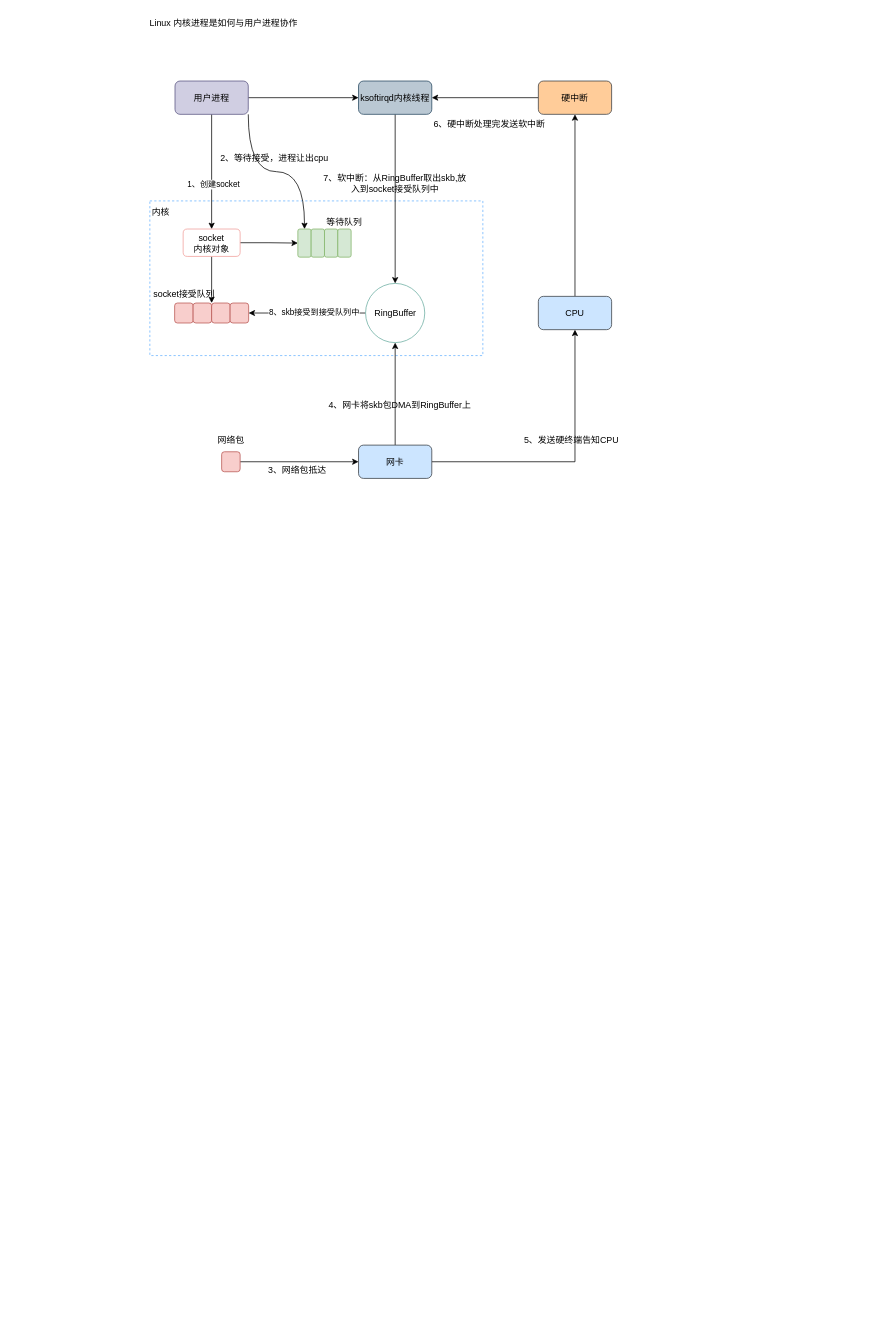
This is linux/Linux内核是如何与用户进程协作.drawio from xmopen/drawio, a draw.io file, before an edit. Source tidied: cells renumbered, new cells numbered last; positions are measured from the earlier drawing's top-left corner, leaving out a move shared by most shapes. Both pictures are drawn from the tidied source at 74%, with x=0, y=0 at pixel (129, 13).
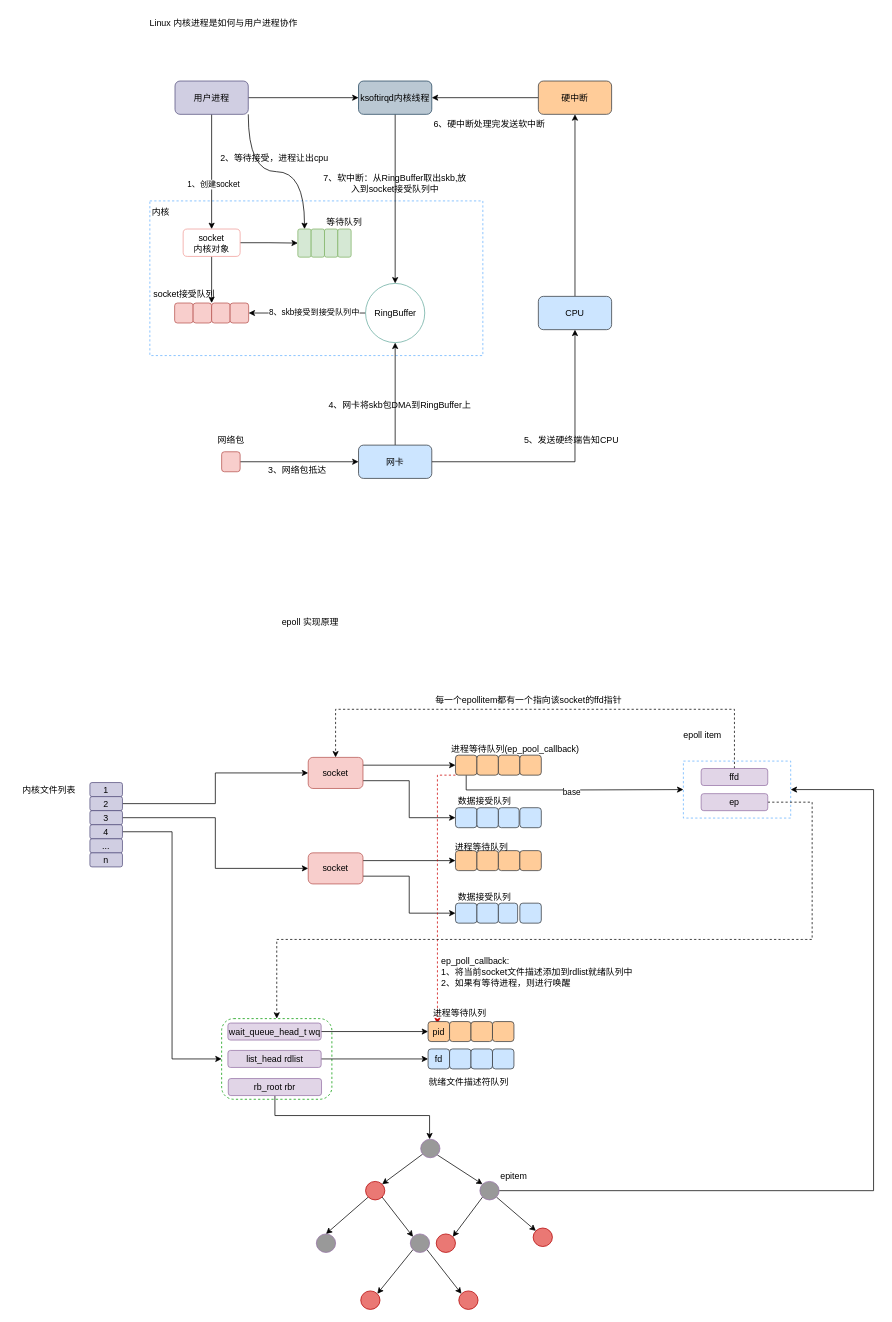
After the change.

Commit message:
feat：增加epoll实现原理图

The edit, as a diff of the source:
```diff
@@
+    <mxCell id="44" style="rounded=0;whiteSpace=wrap;html=1;dashed=1;strokeColor=#66B2FF;" parent="1" vertex="1">
+      <mxGeometry x="749" y="1011" width="145" height="77" as="geometry" />
+    </mxCell>
@@
+    <mxCell id="45" value="epoll 实现原理" style="text;html=1;strokeColor=none;fillColor=none;align=center;verticalAlign=middle;whiteSpace=wrap;rounded=0;" parent="1" vertex="1">
+      <mxGeometry x="186" y="813" width="118" height="21" as="geometry" />
+    </mxCell>
+    <mxCell id="46" value="1" style="rounded=1;whiteSpace=wrap;html=1;fillColor=#d0cee2;strokeColor=#56517e;" parent="1" vertex="1">
+      <mxGeometry x="-53" y="1040" width="44" height="19" as="geometry" />
+    </mxCell>
+    <mxCell id="47" style="edgeStyle=orthogonalEdgeStyle;rounded=0;jettySize=auto;html=1;entryX=0;entryY=0.5;entryDx=0;entryDy=0;" parent="1" edge="1" source="48" target="58">
+      <mxGeometry relative="1" as="geometry" />
+    </mxCell>
+    <mxCell id="48" value="2" style="rounded=1;whiteSpace=wrap;html=1;fillColor=#d0cee2;strokeColor=#56517e;" parent="1" vertex="1">
+      <mxGeometry x="-53" y="1059" width="44" height="19" as="geometry" />
+    </mxCell>
+    <mxCell id="49" style="edgeStyle=orthogonalEdgeStyle;rounded=0;jettySize=auto;html=1;entryX=0;entryY=0.5;entryDx=0;entryDy=0;" parent="1" edge="1" source="50" target="61">
+      <mxGeometry relative="1" as="geometry" />
+    </mxCell>
+    <mxCell id="50" value="3" style="rounded=1;whiteSpace=wrap;html=1;fillColor=#d0cee2;strokeColor=#56517e;" parent="1" vertex="1">
+      <mxGeometry x="-53" y="1078" width="44" height="19" as="geometry" />
+    </mxCell>
+    <mxCell id="51" style="edgeStyle=orthogonalEdgeStyle;rounded=0;jettySize=auto;html=1;entryX=0;entryY=0.5;entryDx=0;entryDy=0;" parent="1" edge="1" source="52" target="62">
+      <mxGeometry relative="1" as="geometry" />
+    </mxCell>
+    <mxCell id="52" value="4" style="rounded=1;whiteSpace=wrap;html=1;fillColor=#d0cee2;strokeColor=#56517e;" parent="1" vertex="1">
+      <mxGeometry x="-53" y="1097" width="44" height="19" as="geometry" />
+    </mxCell>
+    <mxCell id="53" value="..." style="rounded=1;whiteSpace=wrap;html=1;fillColor=#d0cee2;strokeColor=#56517e;" parent="1" vertex="1">
+      <mxGeometry x="-53" y="1116" width="44" height="19" as="geometry" />
+    </mxCell>
+    <mxCell id="54" value="n" style="rounded=1;whiteSpace=wrap;html=1;fillColor=#d0cee2;strokeColor=#56517e;" parent="1" vertex="1">
+      <mxGeometry x="-53" y="1135" width="44" height="19" as="geometry" />
+    </mxCell>
+    <mxCell id="55" value="内核文件列表" style="text;html=1;strokeColor=none;fillColor=none;align=center;verticalAlign=middle;whiteSpace=wrap;rounded=0;" parent="1" vertex="1">
+      <mxGeometry x="-157" y="1038" width="98" height="23" as="geometry" />
+    </mxCell>
+    <mxCell id="56" style="edgeStyle=orthogonalEdgeStyle;rounded=0;jettySize=auto;html=1;exitX=1;exitY=0.25;exitDx=0;exitDy=0;" parent="1" edge="1" source="58" target="66">
+      <mxGeometry relative="1" as="geometry" />
+    </mxCell>
+    <mxCell id="57" style="edgeStyle=orthogonalEdgeStyle;rounded=0;jettySize=auto;html=1;exitX=1;exitY=0.75;exitDx=0;exitDy=0;entryX=0;entryY=0.5;entryDx=0;entryDy=0;" parent="1" edge="1" source="58" target="71">
+      <mxGeometry relative="1" as="geometry" />
+    </mxCell>
+    <mxCell id="58" value="socket" style="rounded=1;whiteSpace=wrap;html=1;fillColor=#f8cecc;strokeColor=#b85450;" parent="1" vertex="1">
+      <mxGeometry x="242" y="1006" width="74" height="42" as="geometry" />
+    </mxCell>
+    <mxCell id="59" style="edgeStyle=orthogonalEdgeStyle;rounded=0;jettySize=auto;html=1;exitX=1;exitY=0.25;exitDx=0;exitDy=0;entryX=0;entryY=0.5;entryDx=0;entryDy=0;" parent="1" edge="1" source="61" target="82">
+      <mxGeometry relative="1" as="geometry" />
+    </mxCell>
+    <mxCell id="60" style="edgeStyle=orthogonalEdgeStyle;rounded=0;jettySize=auto;html=1;exitX=1;exitY=0.75;exitDx=0;exitDy=0;entryX=0;entryY=0.5;entryDx=0;entryDy=0;" parent="1" edge="1" source="61" target="87">
+      <mxGeometry relative="1" as="geometry" />
+    </mxCell>
+    <mxCell id="61" value="socket" style="rounded=1;whiteSpace=wrap;html=1;fillColor=#f8cecc;strokeColor=#b85450;" parent="1" vertex="1">
+      <mxGeometry x="242" y="1135" width="74" height="42" as="geometry" />
+    </mxCell>
+    <mxCell id="62" style="rounded=1;whiteSpace=wrap;html=1;dashed=1;strokeColor=#009900;" parent="1" vertex="1">
+      <mxGeometry x="125" y="1359" width="149" height="109" as="geometry" />
+    </mxCell>
+    <mxCell id="63" style="edgeStyle=orthogonalEdgeStyle;rounded=0;jettySize=auto;html=1;entryX=0;entryY=0.5;entryDx=0;entryDy=0;exitX=0.5;exitY=1;exitDx=0;exitDy=0;" parent="1" edge="1" source="66" target="44">
+      <mxGeometry relative="1" as="geometry" />
+    </mxCell>
+    <mxCell id="64" value="base" style="edgeLabel;html=1;align=center;verticalAlign=middle;" parent="63" vertex="1">
+      <mxGeometry x="0.03" y="-2" relative="1" as="geometry" />
+    </mxCell>
+    <mxCell id="65" style="edgeStyle=orthogonalEdgeStyle;rounded=0;jettySize=auto;html=1;exitX=0;exitY=1;exitDx=0;exitDy=0;entryX=0.147;entryY=1.145;entryDx=0;entryDy=0;entryPerimeter=0;dashed=1;strokeColor=#CC0000;" parent="1" edge="1" source="66" target="102">
+      <mxGeometry relative="1" as="geometry">
+        <Array as="points">
+          <mxPoint x="417" y="1030" />
+        </Array>
+      </mxGeometry>
+    </mxCell>
+    <mxCell id="66" style="rounded=1;whiteSpace=wrap;html=1;fillColor=#ffcc99;strokeColor=#36393d;" parent="1" vertex="1">
+      <mxGeometry x="441" y="1003" width="29" height="27" as="geometry" />
+    </mxCell>
+    <mxCell id="67" style="rounded=1;whiteSpace=wrap;html=1;fillColor=#ffcc99;strokeColor=#36393d;" parent="1" vertex="1">
+      <mxGeometry x="470" y="1003" width="29" height="27" as="geometry" />
+    </mxCell>
+    <mxCell id="68" style="rounded=1;whiteSpace=wrap;html=1;fillColor=#ffcc99;strokeColor=#36393d;" parent="1" vertex="1">
+      <mxGeometry x="499" y="1003" width="29" height="27" as="geometry" />
+    </mxCell>
+    <mxCell id="69" style="rounded=1;whiteSpace=wrap;html=1;fillColor=#ffcc99;strokeColor=#36393d;" parent="1" vertex="1">
+      <mxGeometry x="528" y="1003" width="29" height="27" as="geometry" />
+    </mxCell>
+    <mxCell id="70" value="进程等待队列(ep_pool_callback)" style="text;html=1;strokeColor=none;fillColor=none;align=center;verticalAlign=middle;whiteSpace=wrap;rounded=0;" parent="1" vertex="1">
+      <mxGeometry x="430" y="982" width="184" height="25" as="geometry" />
+    </mxCell>
+    <mxCell id="71" style="rounded=1;whiteSpace=wrap;html=1;fillColor=#cce5ff;strokeColor=#36393d;" parent="1" vertex="1">
+      <mxGeometry x="441" y="1074" width="29" height="27" as="geometry" />
+    </mxCell>
+    <mxCell id="72" style="rounded=1;whiteSpace=wrap;html=1;fillColor=#cce5ff;strokeColor=#36393d;" parent="1" vertex="1">
+      <mxGeometry x="470" y="1074" width="29" height="27" as="geometry" />
+    </mxCell>
+    <mxCell id="73" style="rounded=1;whiteSpace=wrap;html=1;fillColor=#cce5ff;strokeColor=#36393d;" parent="1" vertex="1">
+      <mxGeometry x="499" y="1074" width="28" height="27" as="geometry" />
+    </mxCell>
+    <mxCell id="74" style="rounded=1;whiteSpace=wrap;html=1;fillColor=#cce5ff;strokeColor=#36393d;" parent="1" vertex="1">
+      <mxGeometry x="528" y="1074" width="29" height="27" as="geometry" />
+    </mxCell>
+    <mxCell id="75" value="数据接受队列" style="text;html=1;strokeColor=none;fillColor=none;align=center;verticalAlign=middle;whiteSpace=wrap;rounded=0;" parent="1" vertex="1">
+      <mxGeometry x="438" y="1053" width="85" height="25" as="geometry" />
+    </mxCell>
+    <mxCell id="76" value="epoll item" style="text;html=1;strokeColor=none;fillColor=none;align=center;verticalAlign=middle;whiteSpace=wrap;rounded=0;" parent="1" vertex="1">
+      <mxGeometry x="745" y="961" width="60" height="30" as="geometry" />
+    </mxCell>
+    <mxCell id="77" style="edgeStyle=orthogonalEdgeStyle;rounded=0;jettySize=auto;html=1;entryX=0.5;entryY=0;entryDx=0;entryDy=0;exitX=0.5;exitY=0;exitDx=0;exitDy=0;dashed=1;" parent="1" edge="1" source="78" target="58">
+      <mxGeometry relative="1" as="geometry">
+        <Array as="points">
+          <mxPoint x="818" y="941" />
+          <mxPoint x="279" y="941" />
+        </Array>
+      </mxGeometry>
+    </mxCell>
+    <mxCell id="78" value="ffd" style="rounded=1;whiteSpace=wrap;html=1;fillColor=#e1d5e7;strokeColor=#9673a6;" parent="1" vertex="1">
+      <mxGeometry x="773" y="1021" width="90" height="23" as="geometry" />
+    </mxCell>
+    <mxCell id="79" style="edgeStyle=orthogonalEdgeStyle;rounded=0;jettySize=auto;html=1;entryX=0.5;entryY=0;entryDx=0;entryDy=0;exitX=1;exitY=0.5;exitDx=0;exitDy=0;dashed=1;" parent="1" edge="1" source="80" target="62">
+      <mxGeometry relative="1" as="geometry">
+        <Array as="points">
+          <mxPoint x="923" y="1067" />
+          <mxPoint x="923" y="1252" />
+          <mxPoint x="200" y="1252" />
+        </Array>
+      </mxGeometry>
+    </mxCell>
+    <mxCell id="80" value="ep" style="rounded=1;whiteSpace=wrap;html=1;fillColor=#e1d5e7;strokeColor=#9673a6;" parent="1" vertex="1">
+      <mxGeometry x="773" y="1055" width="90" height="23" as="geometry" />
+    </mxCell>
+    <mxCell id="81" value="每一个epollitem都有一个指向该socket的ffd指针" style="text;html=1;strokeColor=none;fillColor=none;align=center;verticalAlign=middle;whiteSpace=wrap;rounded=0;" parent="1" vertex="1">
+      <mxGeometry x="406" y="918" width="268" height="22" as="geometry" />
+    </mxCell>
+    <mxCell id="82" style="rounded=1;whiteSpace=wrap;html=1;fillColor=#ffcc99;strokeColor=#36393d;" parent="1" vertex="1">
+      <mxGeometry x="441" y="1132" width="29" height="27" as="geometry" />
+    </mxCell>
+    <mxCell id="83" style="rounded=1;whiteSpace=wrap;html=1;fillColor=#ffcc99;strokeColor=#36393d;" parent="1" vertex="1">
+      <mxGeometry x="470" y="1132" width="29" height="27" as="geometry" />
+    </mxCell>
+    <mxCell id="84" style="rounded=1;whiteSpace=wrap;html=1;fillColor=#ffcc99;strokeColor=#36393d;" parent="1" vertex="1">
+      <mxGeometry x="499" y="1132" width="29" height="27" as="geometry" />
+    </mxCell>
+    <mxCell id="85" style="rounded=1;whiteSpace=wrap;html=1;fillColor=#ffcc99;strokeColor=#36393d;" parent="1" vertex="1">
+      <mxGeometry x="528" y="1132" width="29" height="27" as="geometry" />
+    </mxCell>
+    <mxCell id="86" value="进程等待队列" style="text;html=1;strokeColor=none;fillColor=none;align=center;verticalAlign=middle;whiteSpace=wrap;rounded=0;" parent="1" vertex="1">
+      <mxGeometry x="430" y="1116" width="93" height="21" as="geometry" />
+    </mxCell>
+    <mxCell id="87" style="rounded=1;whiteSpace=wrap;html=1;fillColor=#cce5ff;strokeColor=#36393d;" parent="1" vertex="1">
+      <mxGeometry x="441" y="1203" width="29" height="27" as="geometry" />
+    </mxCell>
+    <mxCell id="88" style="rounded=1;whiteSpace=wrap;html=1;fillColor=#cce5ff;strokeColor=#36393d;" parent="1" vertex="1">
+      <mxGeometry x="470" y="1203" width="29" height="27" as="geometry" />
+    </mxCell>
+    <mxCell id="89" style="rounded=1;whiteSpace=wrap;html=1;fillColor=#cce5ff;strokeColor=#36393d;" parent="1" vertex="1">
+      <mxGeometry x="499" y="1203" width="26" height="27" as="geometry" />
+    </mxCell>
+    <mxCell id="90" style="rounded=1;whiteSpace=wrap;html=1;fillColor=#cce5ff;strokeColor=#36393d;" parent="1" vertex="1">
+      <mxGeometry x="528" y="1203" width="29" height="27" as="geometry" />
+    </mxCell>
+    <mxCell id="91" value="数据接受队列" style="text;html=1;strokeColor=none;fillColor=none;align=center;verticalAlign=middle;whiteSpace=wrap;rounded=0;" parent="1" vertex="1">
+      <mxGeometry x="438" y="1182" width="85" height="25" as="geometry" />
+    </mxCell>
+    <mxCell id="92" style="edgeStyle=orthogonalEdgeStyle;rounded=0;jettySize=auto;html=1;entryX=0;entryY=0.5;entryDx=0;entryDy=0;" parent="1" edge="1" source="93" target="98">
+      <mxGeometry relative="1" as="geometry" />
+    </mxCell>
+    <mxCell id="93" value="wait_queue_head_t wq" style="rounded=1;whiteSpace=wrap;html=1;fillColor=#e1d5e7;strokeColor=#9673a6;" parent="1" vertex="1">
+      <mxGeometry x="133.5" y="1365" width="126" height="23" as="geometry" />
+    </mxCell>
+    <mxCell id="94" style="edgeStyle=orthogonalEdgeStyle;rounded=0;jettySize=auto;html=1;entryX=0;entryY=0.5;entryDx=0;entryDy=0;" parent="1" edge="1" source="95" target="104">
+      <mxGeometry relative="1" as="geometry" />
+    </mxCell>
+    <mxCell id="95" value="list_head rdlist" style="rounded=1;whiteSpace=wrap;html=1;fillColor=#e1d5e7;strokeColor=#9673a6;" parent="1" vertex="1">
+      <mxGeometry x="133.5" y="1402" width="126" height="23" as="geometry" />
+    </mxCell>
+    <mxCell id="96" style="edgeStyle=orthogonalEdgeStyle;rounded=0;jettySize=auto;html=1;" parent="1" edge="1" source="97" target="111">
+      <mxGeometry relative="1" as="geometry">
+        <Array as="points">
+          <mxPoint x="197" y="1490" />
+          <mxPoint x="406" y="1490" />
+        </Array>
+      </mxGeometry>
+    </mxCell>
+    <mxCell id="97" value="rb_root rbr" style="rounded=1;whiteSpace=wrap;html=1;fillColor=#e1d5e7;strokeColor=#9673a6;" parent="1" vertex="1">
+      <mxGeometry x="134" y="1440" width="126" height="23" as="geometry" />
+    </mxCell>
+    <mxCell id="98" value="pid" style="rounded=1;whiteSpace=wrap;html=1;fillColor=#ffcc99;strokeColor=#36393d;" parent="1" vertex="1">
+      <mxGeometry x="404" y="1363" width="29" height="27" as="geometry" />
+    </mxCell>
+    <mxCell id="99" style="rounded=1;whiteSpace=wrap;html=1;fillColor=#ffcc99;strokeColor=#36393d;" parent="1" vertex="1">
+      <mxGeometry x="433" y="1363" width="29" height="27" as="geometry" />
+    </mxCell>
+    <mxCell id="100" style="rounded=1;whiteSpace=wrap;html=1;fillColor=#ffcc99;strokeColor=#36393d;" parent="1" vertex="1">
+      <mxGeometry x="462" y="1363" width="29" height="27" as="geometry" />
+    </mxCell>
+    <mxCell id="101" style="rounded=1;whiteSpace=wrap;html=1;fillColor=#ffcc99;strokeColor=#36393d;" parent="1" vertex="1">
+      <mxGeometry x="491" y="1363" width="29" height="27" as="geometry" />
+    </mxCell>
+    <mxCell id="102" value="进程等待队列" style="text;html=1;strokeColor=none;fillColor=none;align=center;verticalAlign=middle;whiteSpace=wrap;rounded=0;" parent="1" vertex="1">
+      <mxGeometry x="404" y="1340" width="86" height="23" as="geometry" />
+    </mxCell>
+    <mxCell id="103" value="ep_poll_callback:&lt;br&gt;1、将当前socket文件描述添加到rdlist就绪队列中&lt;br&gt;2、如果有等待进程，则进行唤醒" style="text;html=1;strokeColor=none;fillColor=none;align=left;verticalAlign=middle;whiteSpace=wrap;rounded=0;" parent="1" vertex="1">
+      <mxGeometry x="420" y="1269" width="263" height="53" as="geometry" />
+    </mxCell>
+    <mxCell id="104" value="fd" style="rounded=1;whiteSpace=wrap;html=1;fillColor=#cce5ff;strokeColor=#36393d;" parent="1" vertex="1">
+      <mxGeometry x="404" y="1400" width="29" height="27" as="geometry" />
+    </mxCell>
+    <mxCell id="105" style="rounded=1;whiteSpace=wrap;html=1;fillColor=#cce5ff;strokeColor=#36393d;" parent="1" vertex="1">
+      <mxGeometry x="433" y="1400" width="29" height="27" as="geometry" />
+    </mxCell>
+    <mxCell id="106" style="rounded=1;whiteSpace=wrap;html=1;fillColor=#cce5ff;strokeColor=#36393d;" parent="1" vertex="1">
+      <mxGeometry x="491" y="1400" width="29" height="27" as="geometry" />
+    </mxCell>
+    <mxCell id="107" style="rounded=1;whiteSpace=wrap;html=1;fillColor=#cce5ff;strokeColor=#36393d;" parent="1" vertex="1">
+      <mxGeometry x="462" y="1400" width="29" height="27" as="geometry" />
+    </mxCell>
+    <mxCell id="108" value="就绪文件描述符队列" style="text;html=1;strokeColor=none;fillColor=none;align=center;verticalAlign=middle;whiteSpace=wrap;rounded=0;" parent="1" vertex="1">
+      <mxGeometry x="399.5" y="1432" width="118" height="25" as="geometry" />
+    </mxCell>
+    <mxCell id="109" style="rounded=0;jettySize=auto;html=1;entryX=1;entryY=0;entryDx=0;entryDy=0;" parent="1" edge="1" source="111" target="114">
+      <mxGeometry relative="1" as="geometry" />
+    </mxCell>
+    <mxCell id="110" style="edgeStyle=none;rounded=0;jettySize=auto;html=1;exitX=1;exitY=1;exitDx=0;exitDy=0;entryX=0;entryY=0;entryDx=0;entryDy=0;" parent="1" edge="1" source="111" target="118">
+      <mxGeometry relative="1" as="geometry" />
+    </mxCell>
+    <mxCell id="111" style="ellipse;whiteSpace=wrap;html=1;fillColor=#999999;strokeColor=#9673a6;rounded=1;" parent="1" vertex="1">
+      <mxGeometry x="394" y="1522" width="26" height="25" as="geometry" />
+    </mxCell>
+    <mxCell id="112" style="edgeStyle=none;rounded=0;jettySize=auto;html=1;exitX=0;exitY=1;exitDx=0;exitDy=0;entryX=0.5;entryY=0;entryDx=0;entryDy=0;" parent="1" edge="1" source="114" target="124">
+      <mxGeometry relative="1" as="geometry" />
+    </mxCell>
+    <mxCell id="113" style="edgeStyle=none;rounded=0;jettySize=auto;html=1;exitX=1;exitY=1;exitDx=0;exitDy=0;entryX=0;entryY=0;entryDx=0;entryDy=0;" parent="1" edge="1" source="114" target="122">
+      <mxGeometry relative="1" as="geometry" />
+    </mxCell>
+    <mxCell id="114" style="ellipse;whiteSpace=wrap;html=1;fillColor=#ea7874;strokeColor=#B20000;rounded=1;fontColor=#ffffff;" parent="1" vertex="1">
+      <mxGeometry x="319.5" y="1579" width="26" height="25" as="geometry" />
+    </mxCell>
+    <mxCell id="115" style="edgeStyle=none;rounded=0;jettySize=auto;html=1;exitX=0;exitY=1;exitDx=0;exitDy=0;entryX=1;entryY=0;entryDx=0;entryDy=0;" parent="1" edge="1" source="118" target="119">
+      <mxGeometry relative="1" as="geometry" />
+    </mxCell>
+    <mxCell id="116" style="edgeStyle=none;rounded=0;jettySize=auto;html=1;exitX=1;exitY=1;exitDx=0;exitDy=0;entryX=0;entryY=0;entryDx=0;entryDy=0;" parent="1" edge="1" source="118" target="123">
+      <mxGeometry relative="1" as="geometry" />
+    </mxCell>
+    <mxCell id="117" style="edgeStyle=orthogonalEdgeStyle;rounded=0;jettySize=auto;html=1;entryX=1;entryY=0.5;entryDx=0;entryDy=0;" parent="1" edge="1" source="118" target="44">
+      <mxGeometry relative="1" as="geometry">
+        <Array as="points">
+          <mxPoint x="1006" y="1592" />
+          <mxPoint x="1006" y="1050" />
+        </Array>
+      </mxGeometry>
+    </mxCell>
+    <mxCell id="118" style="ellipse;whiteSpace=wrap;html=1;fillColor=#999999;strokeColor=#9673a6;rounded=1;" parent="1" vertex="1">
+      <mxGeometry x="474" y="1579" width="26" height="25" as="geometry" />
+    </mxCell>
+    <mxCell id="119" style="ellipse;whiteSpace=wrap;html=1;fillColor=#ea7874;strokeColor=#B20000;rounded=1;fontColor=#ffffff;" parent="1" vertex="1">
+      <mxGeometry x="415" y="1650" width="26" height="25" as="geometry" />
+    </mxCell>
+    <mxCell id="120" style="edgeStyle=none;rounded=0;jettySize=auto;html=1;exitX=0;exitY=1;exitDx=0;exitDy=0;entryX=1;entryY=0;entryDx=0;entryDy=0;" parent="1" edge="1" source="122" target="125">
+      <mxGeometry relative="1" as="geometry" />
+    </mxCell>
+    <mxCell id="121" style="edgeStyle=none;rounded=0;jettySize=auto;html=1;exitX=1;exitY=1;exitDx=0;exitDy=0;entryX=0;entryY=0;entryDx=0;entryDy=0;" parent="1" edge="1" source="122" target="126">
+      <mxGeometry relative="1" as="geometry" />
+    </mxCell>
+    <mxCell id="122" style="ellipse;whiteSpace=wrap;html=1;fillColor=#999999;strokeColor=#9673a6;rounded=1;" parent="1" vertex="1">
+      <mxGeometry x="380" y="1650" width="26" height="25" as="geometry" />
+    </mxCell>
+    <mxCell id="123" style="ellipse;whiteSpace=wrap;html=1;fillColor=#ea7874;strokeColor=#B20000;rounded=1;fontColor=#ffffff;" parent="1" vertex="1">
+      <mxGeometry x="546" y="1642" width="26" height="25" as="geometry" />
+    </mxCell>
+    <mxCell id="124" style="ellipse;whiteSpace=wrap;html=1;fillColor=#999999;strokeColor=#9673a6;rounded=1;" parent="1" vertex="1">
+      <mxGeometry x="253" y="1650" width="26" height="25" as="geometry" />
+    </mxCell>
+    <mxCell id="125" style="ellipse;whiteSpace=wrap;html=1;fillColor=#ea7874;strokeColor=#B20000;rounded=1;fontColor=#ffffff;" parent="1" vertex="1">
+      <mxGeometry x="313" y="1727" width="26" height="25" as="geometry" />
+    </mxCell>
+    <mxCell id="126" style="ellipse;whiteSpace=wrap;html=1;fillColor=#ea7874;strokeColor=#B20000;rounded=1;fontColor=#ffffff;" parent="1" vertex="1">
+      <mxGeometry x="445.5" y="1727" width="26" height="25" as="geometry" />
+    </mxCell>
+    <mxCell id="127" value="epitem" style="text;html=1;strokeColor=none;fillColor=none;align=center;verticalAlign=middle;whiteSpace=wrap;rounded=0;" parent="1" vertex="1">
+      <mxGeometry x="490" y="1557" width="60" height="30" as="geometry" />
+    </mxCell>
```
